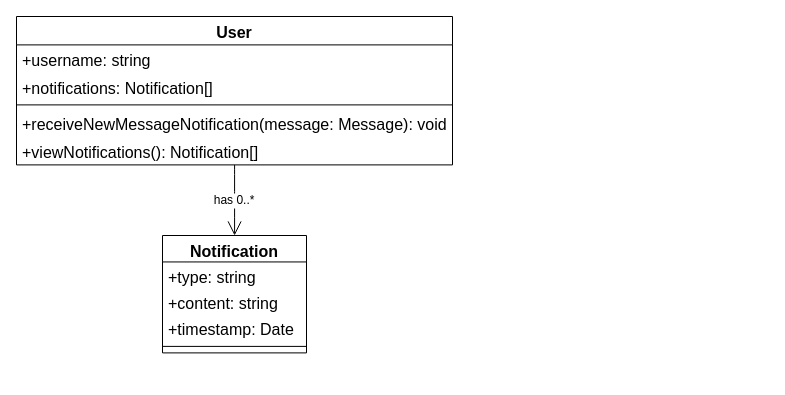
This is 2.drawio from Xiaoran630/drow, a draw.io file, before an edit. Source tidied: cells renumbered, new cells numbered last; positions are measured from the earlier drawing's top-left corner, leaving out a move shared by most shapes. Both pictures are drawn from the tidied source at 100%, with x=0, y=0 at pixel (16, 16).
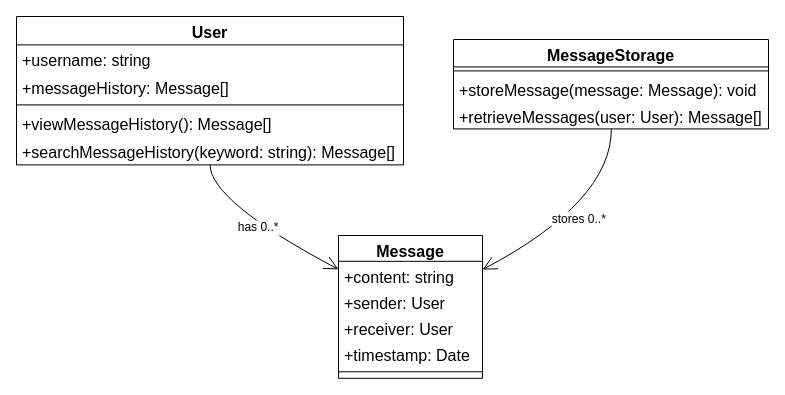
Above is the later version.

Diff of the diagram source:
```diff
@@
     <mxCell id="2" value="User" style="swimlane;fontStyle=1;align=center;verticalAlign=top;horizontal=1;startSize=28.4;fontSize=16;" parent="1" vertex="1">
-      <mxGeometry width="436" height="148.4" as="geometry" />
+      <mxGeometry width="387" height="148.4" as="geometry" />
     </mxCell>
     <mxCell id="3" value="+username: string" style="text;strokeColor=none;fillColor=none;align=left;verticalAlign=top;spacingLeft=4;spacingRight=4;overflow=hidden;fontSize=16;" parent="2" vertex="1">
-      <mxGeometry y="28.4" width="436" height="28" as="geometry" />
+      <mxGeometry y="28.4" width="387" height="28" as="geometry" />
     </mxCell>
-    <mxCell id="4" value="+notifications: Notification[]" style="text;strokeColor=none;fillColor=none;align=left;verticalAlign=top;spacingLeft=4;spacingRight=4;overflow=hidden;fontSize=16;" parent="2" vertex="1">
-      <mxGeometry y="56.4" width="436" height="28" as="geometry" />
-    </mxCell>
-    <mxCell id="5" style="line;strokeWidth=1;fillColor=none;align=left;verticalAlign=middle;spacingTop=-1;spacingLeft=3;spacingRight=3;labelPosition=right;strokeColor=inherit;fontSize=16;" parent="2" vertex="1">
-      <mxGeometry y="84.4" width="436" height="8" as="geometry" />
-    </mxCell>
-    <mxCell id="6" value="+receiveNewMessageNotification(message: Message): void" style="text;strokeColor=none;fillColor=none;align=left;verticalAlign=top;spacingLeft=4;spacingRight=4;overflow=hidden;fontSize=16;" parent="2" vertex="1">
-      <mxGeometry y="92.4" width="436" height="28" as="geometry" />
-    </mxCell>
-    <mxCell id="7" value="+viewNotifications(): Notification[]" style="text;strokeColor=none;fillColor=none;align=left;verticalAlign=top;spacingLeft=4;spacingRight=4;overflow=hidden;fontSize=16;" parent="2" vertex="1">
-      <mxGeometry y="120.4" width="436" height="28" as="geometry" />
-    </mxCell>
-    <mxCell id="8" value="Notification" style="swimlane;fontStyle=1;align=center;verticalAlign=top;horizontal=1;startSize=26.444444444444443;fontSize=16;" parent="1" vertex="1">
-      <mxGeometry x="146" y="219" width="144" height="117.4" as="geometry" />
-    </mxCell>
-    <mxCell id="9" value="+type: string" style="text;strokeColor=none;fillColor=none;align=left;verticalAlign=top;spacingLeft=4;spacingRight=4;overflow=hidden;fontSize=16;" parent="8" vertex="1">
-      <mxGeometry y="26.4" width="144" height="26" as="geometry" />
-    </mxCell>
+    <mxCell id="14" value="+messageHistory: Message[]" style="text;strokeColor=none;fillColor=none;align=left;verticalAlign=top;spacingLeft=4;spacingRight=4;overflow=hidden;fontSize=16;" parent="2" vertex="1">
+      <mxGeometry y="56.4" width="387" height="28" as="geometry" />
+    </mxCell>
+    <mxCell id="15" style="line;strokeWidth=1;fillColor=none;align=left;verticalAlign=middle;spacingTop=-1;spacingLeft=3;spacingRight=3;labelPosition=right;strokeColor=inherit;fontSize=16;" parent="2" vertex="1">
+      <mxGeometry y="84.4" width="387" height="8" as="geometry" />
+    </mxCell>
+    <mxCell id="16" value="+viewMessageHistory(): Message[]" style="text;strokeColor=none;fillColor=none;align=left;verticalAlign=top;spacingLeft=4;spacingRight=4;overflow=hidden;fontSize=16;" parent="2" vertex="1">
+      <mxGeometry y="92.4" width="387" height="28" as="geometry" />
+    </mxCell>
+    <mxCell id="17" value="+searchMessageHistory(keyword: string): Message[]" style="text;strokeColor=none;fillColor=none;align=left;verticalAlign=top;spacingLeft=4;spacingRight=4;overflow=hidden;fontSize=16;" parent="2" vertex="1">
+      <mxGeometry y="120.4" width="387" height="28" as="geometry" />
+    </mxCell>
+    <mxCell id="18" value="Message" style="swimlane;fontStyle=1;align=center;verticalAlign=top;horizontal=1;startSize=25.818181818181817;fontSize=16;" parent="1" vertex="1">
+      <mxGeometry x="322" y="219" width="144" height="142.8" as="geometry" />
+    </mxCell>
-    <mxCell id="10" value="+content: string" style="text;strokeColor=none;fillColor=none;align=left;verticalAlign=top;spacingLeft=4;spacingRight=4;overflow=hidden;fontSize=16;" parent="8" vertex="1">
-      <mxGeometry y="52.4" width="144" height="26" as="geometry" />
+    <mxCell id="10" value="+content: string" style="text;strokeColor=none;fillColor=none;align=left;verticalAlign=top;spacingLeft=4;spacingRight=4;overflow=hidden;fontSize=16;" parent="18" vertex="1">
+      <mxGeometry y="25.8" width="144" height="26" as="geometry" />
     </mxCell>
+    <mxCell id="19" value="+sender: User" style="text;strokeColor=none;fillColor=none;align=left;verticalAlign=top;spacingLeft=4;spacingRight=4;overflow=hidden;fontSize=16;" parent="18" vertex="1">
+      <mxGeometry y="51.8" width="144" height="26" as="geometry" />
+    </mxCell>
+    <mxCell id="20" value="+receiver: User" style="text;strokeColor=none;fillColor=none;align=left;verticalAlign=top;spacingLeft=4;spacingRight=4;overflow=hidden;fontSize=16;" parent="18" vertex="1">
+      <mxGeometry y="77.8" width="144" height="26" as="geometry" />
+    </mxCell>
-    <mxCell id="11" value="+timestamp: Date" style="text;strokeColor=none;fillColor=none;align=left;verticalAlign=top;spacingLeft=4;spacingRight=4;overflow=hidden;fontSize=16;" parent="8" vertex="1">
-      <mxGeometry y="78.4" width="144" height="26" as="geometry" />
+    <mxCell id="11" value="+timestamp: Date" style="text;strokeColor=none;fillColor=none;align=left;verticalAlign=top;spacingLeft=4;spacingRight=4;overflow=hidden;fontSize=16;" parent="18" vertex="1">
+      <mxGeometry y="103.8" width="144" height="26" as="geometry" />
     </mxCell>
-    <mxCell id="12" style="line;strokeWidth=1;fillColor=none;align=left;verticalAlign=middle;spacingTop=-1;spacingLeft=3;spacingRight=3;labelPosition=right;strokeColor=inherit;fontSize=16;" parent="8" vertex="1">
-      <mxGeometry y="104.4" width="144" height="13" as="geometry" />
-    </mxCell>
+    <mxCell id="21" style="line;strokeWidth=1;fillColor=none;align=left;verticalAlign=middle;spacingTop=-1;spacingLeft=3;spacingRight=3;labelPosition=right;strokeColor=inherit;fontSize=16;" parent="18" vertex="1">
+      <mxGeometry y="129.8" width="144" height="13" as="geometry" />
+    </mxCell>
+    <mxCell id="22" value="MessageStorage" style="swimlane;fontStyle=1;align=center;verticalAlign=top;horizontal=1;startSize=27.428571428571427;fontSize=16;" parent="1" vertex="1">
+      <mxGeometry x="437" y="23" width="315" height="89.4" as="geometry" />
+    </mxCell>
+    <mxCell id="23" style="line;strokeWidth=1;fillColor=none;align=left;verticalAlign=middle;spacingTop=-1;spacingLeft=3;spacingRight=3;labelPosition=right;strokeColor=inherit;fontSize=16;" parent="22" vertex="1">
+      <mxGeometry y="27.4" width="315" height="8" as="geometry" />
+    </mxCell>
+    <mxCell id="24" value="+storeMessage(message: Message): void" style="text;strokeColor=none;fillColor=none;align=left;verticalAlign=top;spacingLeft=4;spacingRight=4;overflow=hidden;fontSize=16;" parent="22" vertex="1">
+      <mxGeometry y="35.4" width="315" height="27" as="geometry" />
+    </mxCell>
+    <mxCell id="25" value="+retrieveMessages(user: User): Message[]" style="text;strokeColor=none;fillColor=none;align=left;verticalAlign=top;spacingLeft=4;spacingRight=4;overflow=hidden;fontSize=16;" parent="22" vertex="1">
+      <mxGeometry y="62.4" width="315" height="27" as="geometry" />
+    </mxCell>
-    <mxCell id="13" value="has 0..*" style="curved=1;startArrow=none;endArrow=open;endSize=12;exitX=0.5001791857798165;exitY=1;entryX=0.5005425347222222;entryY=0;rounded=0;fontSize=12;" parent="1" edge="1" source="2" target="8">
-      <mxGeometry relative="1" as="geometry" />
+    <mxCell id="13" value="has 0..*" style="curved=1;startArrow=none;endArrow=open;endSize=12;exitX=0.5002826227390181;exitY=1;entryX=0.001708984375;entryY=0.23805221860945078;rounded=0;fontSize=12;" parent="1" edge="1" source="2" target="18">
+      <mxGeometry relative="1" as="geometry">
+        <Array as="points">
+          <mxPoint x="194" y="185" />
+        </Array>
+      </mxGeometry>
     </mxCell>
+    <mxCell id="26" value="stores 0..*" style="curved=1;startArrow=none;endArrow=open;endSize=12;exitX=0.5011656746031746;exitY=1;entryX=1.0016004774305556;entryY=0.23805221860945078;rounded=0;fontSize=12;" parent="1" edge="1" source="22" target="18">
+      <mxGeometry relative="1" as="geometry">
+        <Array as="points">
+          <mxPoint x="595" y="185" />
+        </Array>
+      </mxGeometry>
+    </mxCell>
```
